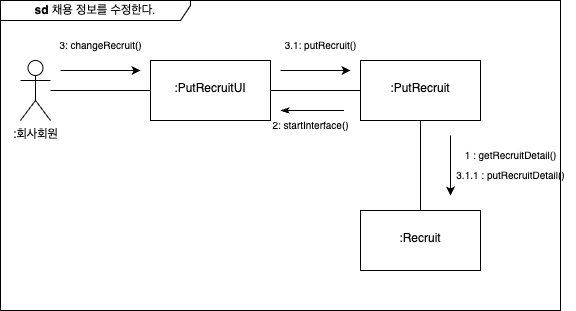
Before: Homework2/CommunicationDiagram/채용 수정.png, a diagram exported from draw.io (THLcode/SoftwareEngineering). Source tidied: cells renumbered, new cells last; positions are measured from the earlier drawing's top-left corner, leaving out a move shared by most shapes.
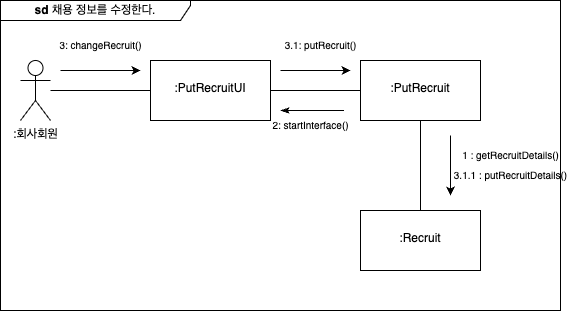
Later version of the same file.

The edit, as a diff of the source:
```diff
@@ -50,7 +50,7 @@
         <mxPoint x="350" y="70" as="targetPoint" />
       </mxGeometry>
     </mxCell>
-    <mxCell id="15" value="&lt;font style=&quot;font-size: 10px;&quot;&gt;1 : getRecruitDetail()&lt;/font&gt;" style="text;html=1;align=center;verticalAlign=middle;strokeColor=none;fillColor=none;" parent="1" vertex="1">
+    <mxCell id="15" value="&lt;font style=&quot;font-size: 10px;&quot;&gt;1 : getRecruitDetails()&lt;/font&gt;" style="text;html=1;align=center;verticalAlign=middle;strokeColor=none;fillColor=none;" parent="1" vertex="1">
       <mxGeometry x="450" y="140" width="120" height="30" as="geometry" />
     </mxCell>
     <mxCell id="16" style="endArrow=classic;html=1;rounded=0;" parent="1" edge="1">
@@ -62,8 +62,8 @@
     <mxCell id="17" value="&lt;b&gt;sd &lt;/b&gt;채용 정보를 수정한다." style="shape=umlFrame;whiteSpace=wrap;html=1;width=190;height=20;" parent="1" vertex="1">
       <mxGeometry width="560" height="310" as="geometry" />
     </mxCell>
-    <mxCell id="18" value="&lt;font style=&quot;font-size: 10px;&quot;&gt;3.1.1 : putRecruitDetail()&lt;/font&gt;" style="text;html=1;align=center;verticalAlign=middle;strokeColor=none;fillColor=none;" parent="1" vertex="1">
-      <mxGeometry x="445" y="160" width="130" height="30" as="geometry" />
+    <mxCell id="18" value="&lt;font style=&quot;font-size: 10px;&quot;&gt;3.1.1 : putRecruitDetails()&lt;/font&gt;" style="text;html=1;align=center;verticalAlign=middle;strokeColor=none;fillColor=none;" parent="1" vertex="1">
+      <mxGeometry x="440" y="160" width="140" height="30" as="geometry" />
     </mxCell>
   </root>
 </mxGraphModel>
```
